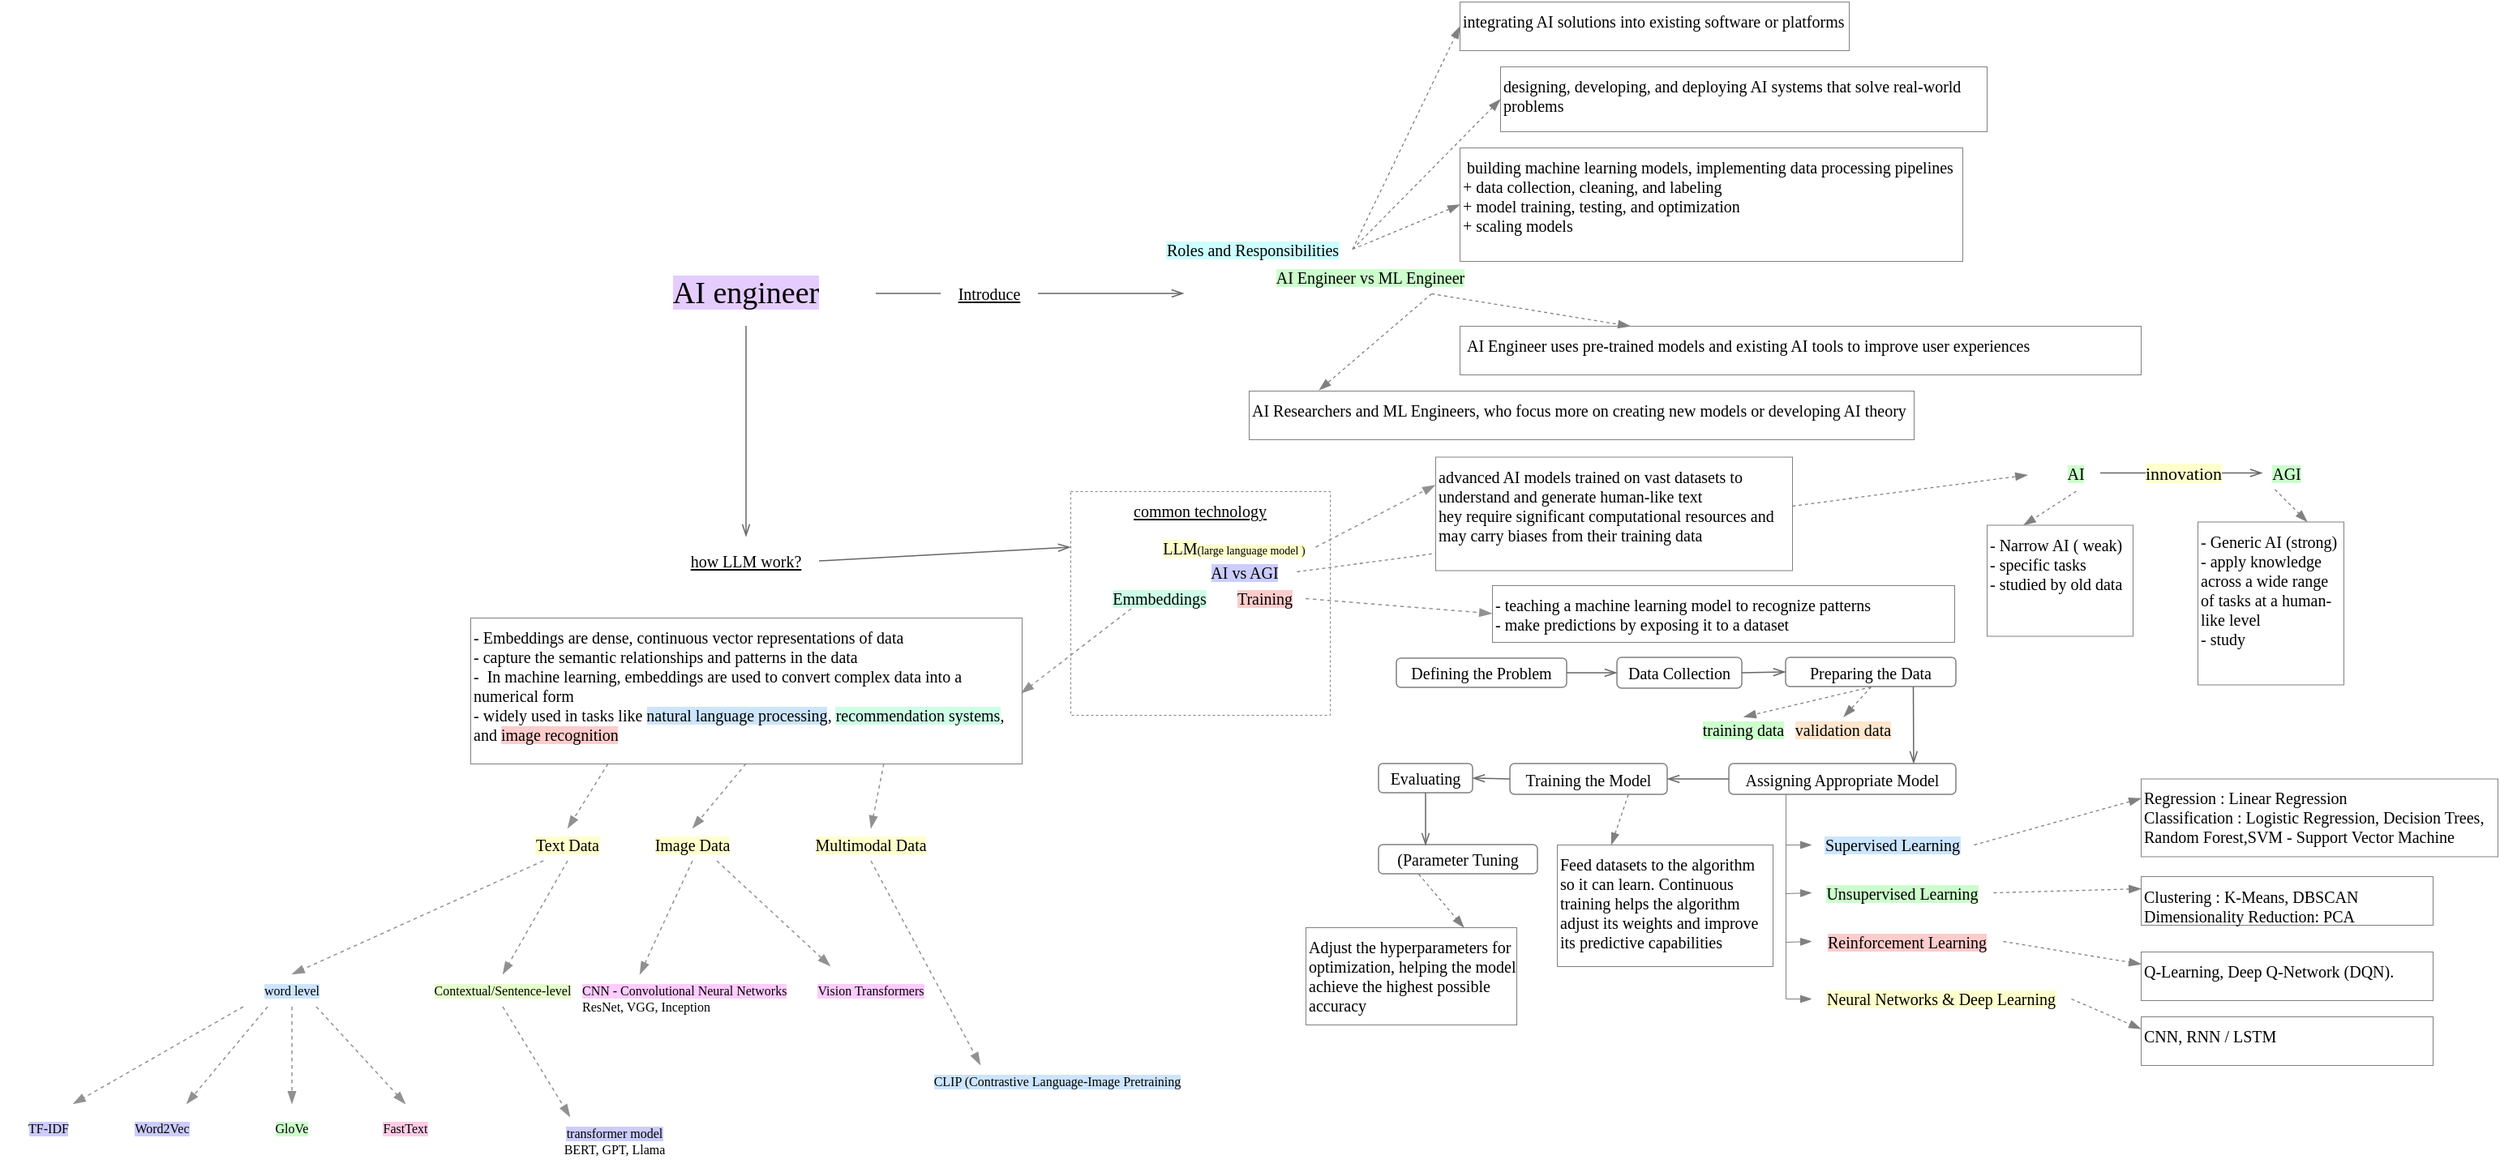
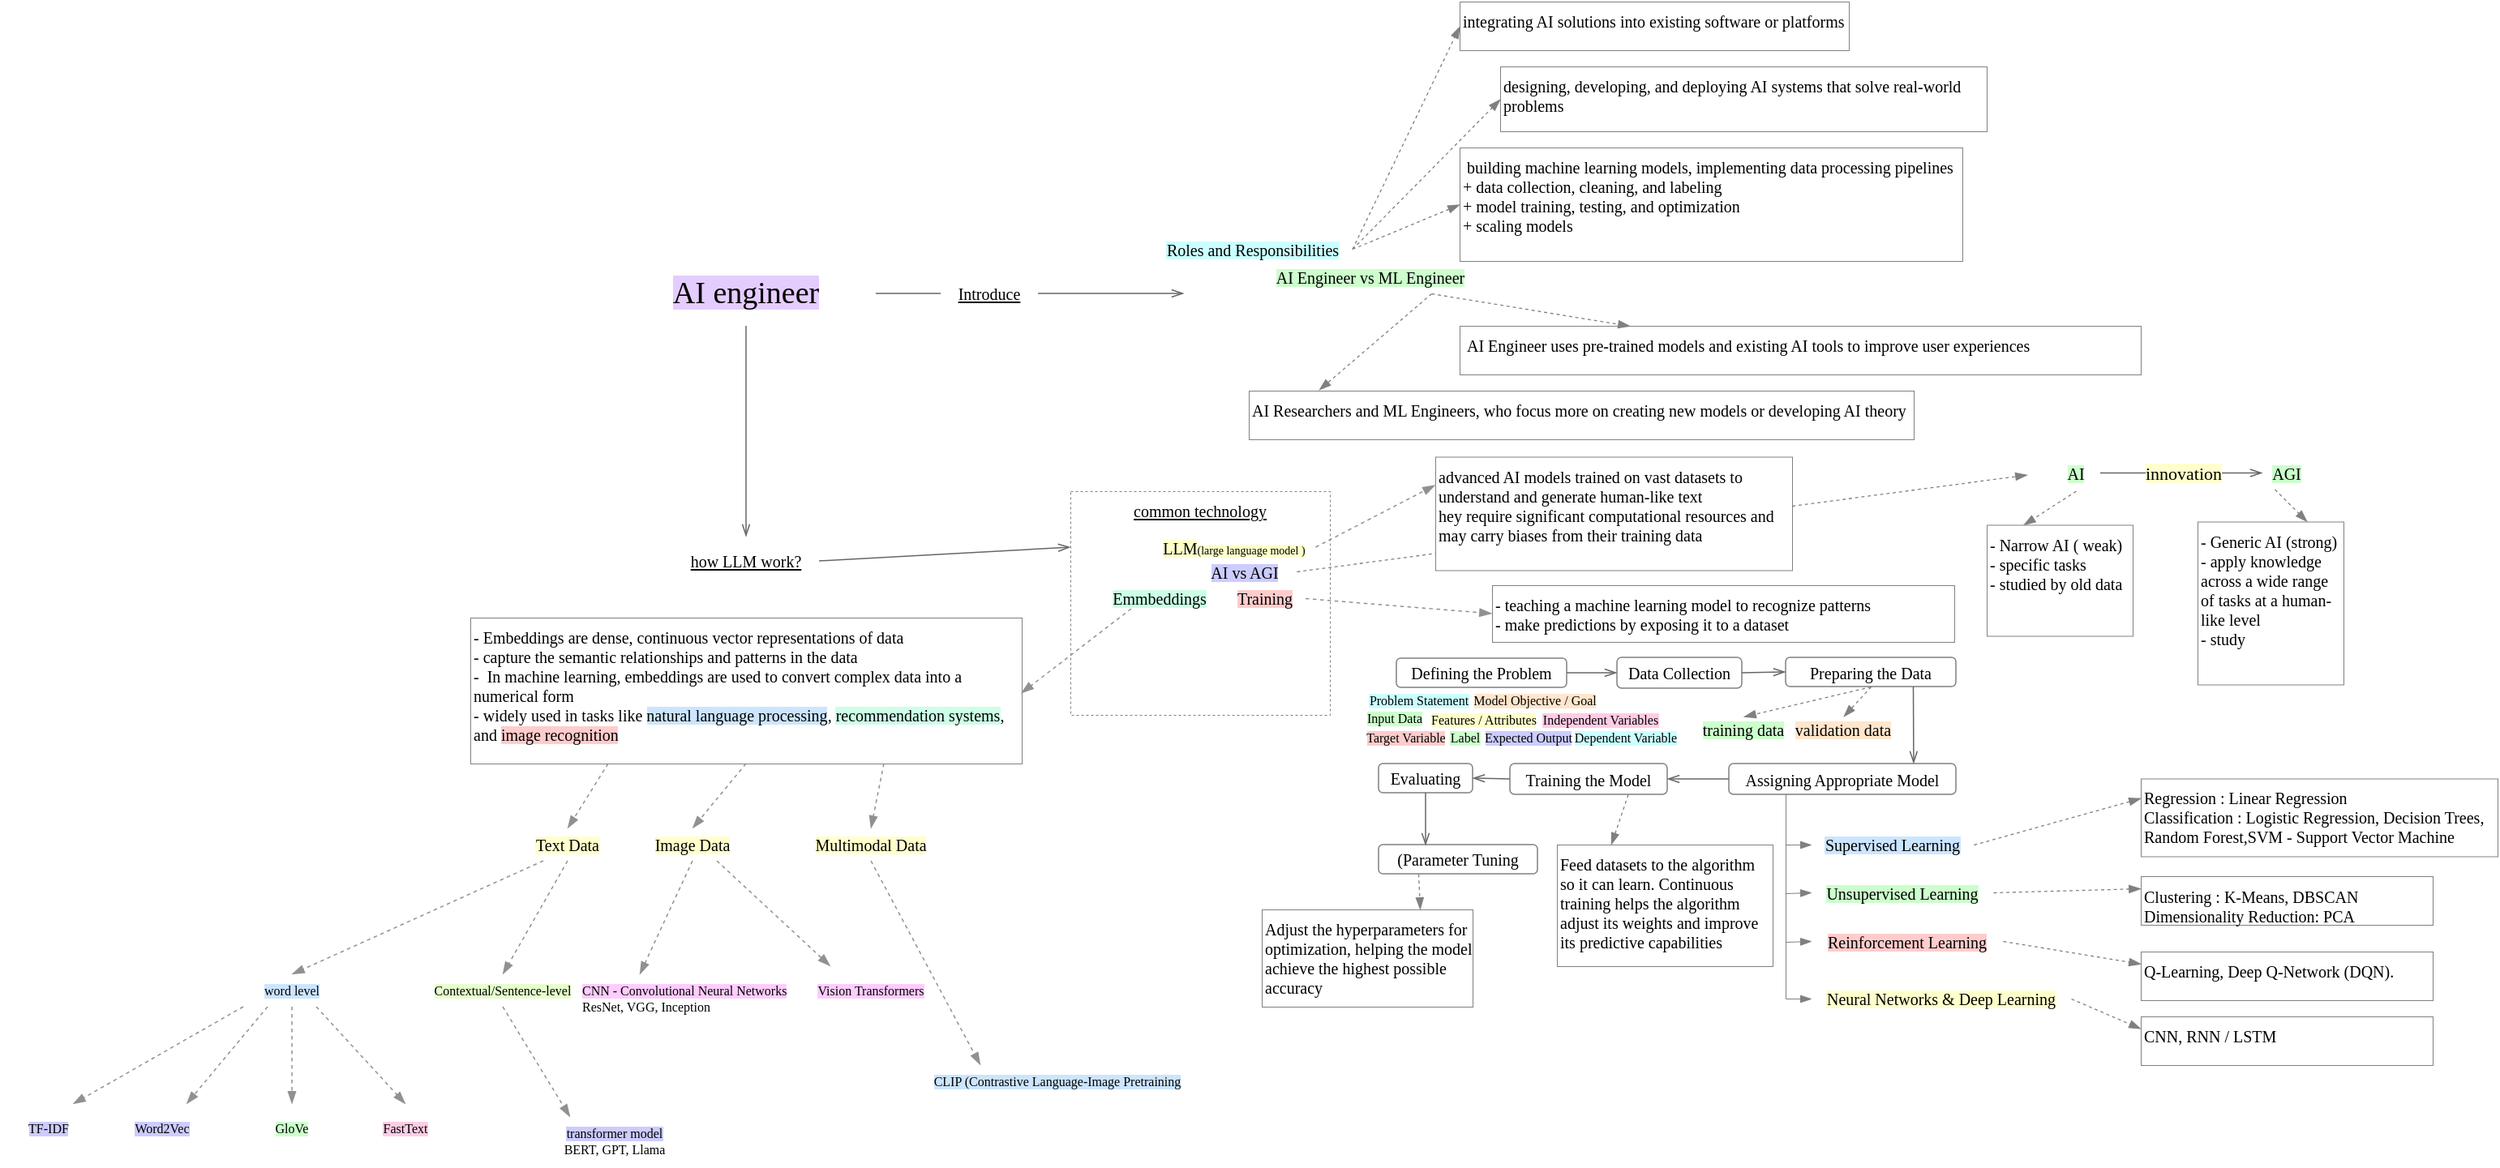
<mxfile host="app.diagrams.net" agent="Mozilla/5.0 (Macintosh; Intel Mac OS X 10_15_7) AppleWebKit/537.36 (KHTML, like Gecko) draw.io/29.3.0 Chrome/140.0.7339.249 Electron/38.7.2 Safari/537.36">
  <diagram name="Page-1" id="n3nyEJ4kgbD7jWuKOy95">
-     <mxGraphModel dx="1353" dy="631" grid="1" gridSize="10" guides="1" tooltips="1" connect="1" arrows="1" fold="1" page="1" pageScale="1" pageWidth="827" pageHeight="1169" math="0" shadow="0">
+     <mxGraphModel dx="440" dy="205" grid="1" gridSize="10" guides="1" tooltips="1" connect="1" arrows="1" fold="1" page="1" pageScale="1" pageWidth="827" pageHeight="1169" math="0" shadow="0">
      <root>
        <mxCell id="0" />
        <mxCell id="1" parent="0" />
        <mxCell id="48Jv2C9wjBzbgeSbcpPr-1" parent="1" style="text;html=1;whiteSpace=wrap;strokeColor=none;fillColor=none;align=center;verticalAlign=middle;rounded=0;fontFamily=Comic Sans MS;fontSize=19;" value="&lt;span style=&quot;background-color: rgb(229, 204, 255);&quot;&gt;AI engineer&lt;/span&gt;" vertex="1">
          <mxGeometry height="40" width="160" x="400" y="360" as="geometry" />
        </mxCell>
        <mxCell id="48Jv2C9wjBzbgeSbcpPr-3" parent="1" style="text;html=1;whiteSpace=wrap;strokeColor=none;fillColor=none;align=center;verticalAlign=middle;rounded=0;fontFamily=Comic Sans MS;fontSize=10;fontStyle=4" value="how LLM work?" vertex="1">
          <mxGeometry height="30" width="90" x="435" y="530" as="geometry" />
        </mxCell>
        <mxCell id="48Jv2C9wjBzbgeSbcpPr-6" edge="1" parent="1" source="48Jv2C9wjBzbgeSbcpPr-1" style="endArrow=openThin;html=1;rounded=0;strokeWidth=0.75;endFill=0;strokeColor=#666666;exitX=0.5;exitY=1;exitDx=0;exitDy=0;entryX=0.5;entryY=0;entryDx=0;entryDy=0;fontFamily=Comic Sans MS;" target="48Jv2C9wjBzbgeSbcpPr-3" value="">
          <mxGeometry height="50" relative="1" width="50" as="geometry">
            <mxPoint x="390" y="450" as="sourcePoint" />
            <mxPoint x="440" y="400" as="targetPoint" />
          </mxGeometry>
        </mxCell>
        <mxCell id="48Jv2C9wjBzbgeSbcpPr-8" parent="1" style="text;html=1;whiteSpace=wrap;strokeColor=none;fillColor=none;align=center;verticalAlign=middle;rounded=0;fontFamily=Comic Sans MS;fontSize=10;fontStyle=4" value="Introduce" vertex="1">
          <mxGeometry height="30" width="60" x="600" y="365" as="geometry" />
        </mxCell>
        <mxCell id="48Jv2C9wjBzbgeSbcpPr-9" edge="1" parent="1" source="48Jv2C9wjBzbgeSbcpPr-1" style="endArrow=none;html=1;rounded=0;strokeWidth=0.75;endFill=0;strokeColor=#666666;entryX=0;entryY=0.5;entryDx=0;entryDy=0;exitX=1;exitY=0.5;exitDx=0;exitDy=0;fontFamily=Comic Sans MS;" target="48Jv2C9wjBzbgeSbcpPr-8" value="">
          <mxGeometry height="50" relative="1" width="50" as="geometry">
            <mxPoint x="390" y="450" as="sourcePoint" />
            <mxPoint x="440" y="400" as="targetPoint" />
          </mxGeometry>
        </mxCell>
        <mxCell id="48Jv2C9wjBzbgeSbcpPr-11" edge="1" parent="1" source="48Jv2C9wjBzbgeSbcpPr-8" style="endArrow=openThin;html=1;rounded=0;strokeWidth=0.75;endFill=0;strokeColor=#666666;exitX=1;exitY=0.5;exitDx=0;exitDy=0;fontFamily=Comic Sans MS;" value="">
          <mxGeometry height="50" relative="1" width="50" as="geometry">
            <mxPoint x="590" y="450" as="sourcePoint" />
            <mxPoint x="750" y="380" as="targetPoint" />
          </mxGeometry>
        </mxCell>
        <mxCell id="48Jv2C9wjBzbgeSbcpPr-13" parent="1" style="text;html=1;whiteSpace=wrap;strokeColor=none;fillColor=none;align=center;verticalAlign=middle;rounded=0;fontFamily=Comic Sans MS;fontSize=10;" value="&lt;div&gt;&lt;span style=&quot;background-color: rgb(204, 255, 255);&quot;&gt;Roles and Responsibilities&lt;/span&gt;&lt;/div&gt;" vertex="1">
          <mxGeometry height="15" width="122.5" x="731.25" y="345" as="geometry" />
        </mxCell>
        <mxCell id="48Jv2C9wjBzbgeSbcpPr-14" parent="1" style="rounded=0;whiteSpace=wrap;html=1;fontFamily=Comic Sans MS;strokeWidth=0.5;strokeColor=#808080;align=left;verticalAlign=top;fontSize=10;" value="designing, developing, and deploying AI systems that solve real-world problems" vertex="1">
          <mxGeometry height="40" width="300" x="945" y="240" as="geometry" />
        </mxCell>
        <mxCell id="48Jv2C9wjBzbgeSbcpPr-15" parent="1" style="rounded=0;whiteSpace=wrap;html=1;fontFamily=Comic Sans MS;strokeWidth=0.5;strokeColor=#808080;align=left;verticalAlign=top;fontSize=10;" value="&amp;nbsp;building machine learning models, implementing data processing pipelines&lt;div&gt;+&amp;nbsp;data collection, cleaning, and labeling&lt;/div&gt;&lt;div&gt;+&amp;nbsp;model training, testing, and optimization&lt;/div&gt;&lt;div&gt;+&amp;nbsp;scaling models&lt;/div&gt;" vertex="1">
          <mxGeometry height="70" width="310" x="920" y="290" as="geometry" />
        </mxCell>
        <mxCell id="48Jv2C9wjBzbgeSbcpPr-16" parent="1" style="rounded=0;whiteSpace=wrap;html=1;fontFamily=Comic Sans MS;strokeWidth=0.5;strokeColor=#808080;align=left;verticalAlign=top;fontSize=10;" value="integrating AI solutions into existing software or platforms" vertex="1">
          <mxGeometry height="30" width="240" x="920" y="200" as="geometry" />
        </mxCell>
        <mxCell id="48Jv2C9wjBzbgeSbcpPr-17" edge="1" parent="1" source="48Jv2C9wjBzbgeSbcpPr-13" style="endArrow=blockThin;html=1;rounded=0;strokeColor=#808080;endFill=1;strokeWidth=0.65;exitX=1;exitY=0.5;exitDx=0;exitDy=0;entryX=0;entryY=0.5;entryDx=0;entryDy=0;dashed=1;fontFamily=Comic Sans MS;" target="48Jv2C9wjBzbgeSbcpPr-15" value="">
          <mxGeometry height="50" relative="1" width="50" as="geometry">
            <mxPoint x="945" y="330" as="sourcePoint" />
            <mxPoint x="920" y="290" as="targetPoint" />
          </mxGeometry>
        </mxCell>
        <mxCell id="48Jv2C9wjBzbgeSbcpPr-18" edge="1" parent="1" source="48Jv2C9wjBzbgeSbcpPr-13" style="endArrow=blockThin;html=1;rounded=0;strokeColor=#808080;endFill=1;strokeWidth=0.65;exitX=1;exitY=0.5;exitDx=0;exitDy=0;entryX=0;entryY=0.5;entryDx=0;entryDy=0;dashed=1;fontFamily=Comic Sans MS;" target="48Jv2C9wjBzbgeSbcpPr-14" value="">
          <mxGeometry height="50" relative="1" width="50" as="geometry">
            <mxPoint x="945" y="330" as="sourcePoint" />
            <mxPoint x="920" y="290" as="targetPoint" />
          </mxGeometry>
        </mxCell>
        <mxCell id="48Jv2C9wjBzbgeSbcpPr-19" edge="1" parent="1" source="48Jv2C9wjBzbgeSbcpPr-13" style="endArrow=blockThin;html=1;rounded=0;strokeColor=#808080;endFill=1;strokeWidth=0.65;exitX=1;exitY=0.5;exitDx=0;exitDy=0;entryX=0;entryY=0.5;entryDx=0;entryDy=0;dashed=1;fontFamily=Comic Sans MS;" target="48Jv2C9wjBzbgeSbcpPr-16" value="">
          <mxGeometry height="50" relative="1" width="50" as="geometry">
            <mxPoint x="945" y="330" as="sourcePoint" />
            <mxPoint x="920" y="290" as="targetPoint" />
          </mxGeometry>
        </mxCell>
        <mxCell id="48Jv2C9wjBzbgeSbcpPr-20" parent="1" style="text;html=1;whiteSpace=wrap;strokeColor=none;fillColor=none;align=center;verticalAlign=middle;rounded=0;fontFamily=Comic Sans MS;fontSize=10;" value="&lt;span style=&quot;background-color: rgb(204, 255, 204);&quot;&gt;AI Engineer vs ML Engineer&lt;/span&gt;" vertex="1">
          <mxGeometry height="20" width="150" x="790" y="360" as="geometry" />
        </mxCell>
        <mxCell id="48Jv2C9wjBzbgeSbcpPr-21" parent="1" style="rounded=0;whiteSpace=wrap;html=1;fontFamily=Comic Sans MS;strokeWidth=0.5;strokeColor=#808080;align=left;verticalAlign=top;fontSize=10;" value="&amp;nbsp;AI Engineer uses pre-trained models and existing AI tools to improve user experiences" vertex="1">
          <mxGeometry height="30" width="420" x="920" y="400" as="geometry" />
        </mxCell>
        <mxCell id="48Jv2C9wjBzbgeSbcpPr-22" parent="1" style="rounded=0;whiteSpace=wrap;html=1;fontFamily=Comic Sans MS;strokeWidth=0.5;strokeColor=#808080;align=left;verticalAlign=top;fontSize=10;" value="AI Researchers and ML Engineers, who focus more on creating new models or developing AI theory" vertex="1">
          <mxGeometry height="30" width="410" x="790" y="440" as="geometry" />
        </mxCell>
        <mxCell id="48Jv2C9wjBzbgeSbcpPr-23" edge="1" parent="1" source="48Jv2C9wjBzbgeSbcpPr-20" style="endArrow=blockThin;html=1;rounded=0;strokeColor=#808080;endFill=1;strokeWidth=0.65;exitX=0.75;exitY=1;exitDx=0;exitDy=0;entryX=0.25;entryY=0;entryDx=0;entryDy=0;dashed=1;fontFamily=Comic Sans MS;" target="48Jv2C9wjBzbgeSbcpPr-21" value="">
          <mxGeometry height="50" relative="1" width="50" as="geometry">
            <mxPoint x="705" y="330" as="sourcePoint" />
            <mxPoint x="680" y="290" as="targetPoint" />
          </mxGeometry>
        </mxCell>
        <mxCell id="48Jv2C9wjBzbgeSbcpPr-24" edge="1" parent="1" source="48Jv2C9wjBzbgeSbcpPr-20" style="endArrow=blockThin;html=1;rounded=0;strokeColor=#808080;endFill=1;strokeWidth=0.65;exitX=0.75;exitY=1;exitDx=0;exitDy=0;entryX=0.105;entryY=-0.017;entryDx=0;entryDy=0;dashed=1;entryPerimeter=0;fontFamily=Comic Sans MS;" target="48Jv2C9wjBzbgeSbcpPr-22" value="">
          <mxGeometry height="50" relative="1" width="50" as="geometry">
            <mxPoint x="705" y="330" as="sourcePoint" />
            <mxPoint x="680" y="290" as="targetPoint" />
          </mxGeometry>
        </mxCell>
        <mxCell id="48Jv2C9wjBzbgeSbcpPr-25" parent="1" style="rounded=0;whiteSpace=wrap;html=1;fontFamily=Comic Sans MS;strokeWidth=0.5;strokeColor=#808080;align=center;verticalAlign=top;fontSize=10;dashed=1;" value="&lt;u&gt;common technology&lt;/u&gt;&lt;div&gt;&lt;br&gt;&lt;/div&gt;" vertex="1">
          <mxGeometry height="138" width="160" x="680" y="502" as="geometry" />
        </mxCell>
        <mxCell id="48Jv2C9wjBzbgeSbcpPr-27" parent="1" style="text;html=1;whiteSpace=wrap;strokeColor=none;fillColor=none;align=center;verticalAlign=middle;rounded=0;fontFamily=Comic Sans MS;fontSize=10;" value="&lt;span&gt;&lt;span style=&quot;background-color: light-dark(rgb(204, 204, 255), rgb(0, 43, 0));&quot;&gt;AI vs AGI&lt;/span&gt;&lt;br&gt;&lt;/span&gt;" vertex="1">
          <mxGeometry height="10" width="65" x="754.5" y="546.5" as="geometry" />
        </mxCell>
        <mxCell id="48Jv2C9wjBzbgeSbcpPr-28" edge="1" parent="1" source="48Jv2C9wjBzbgeSbcpPr-3" style="endArrow=openThin;html=1;rounded=0;strokeWidth=0.75;endFill=0;strokeColor=#666666;exitX=1;exitY=0.5;exitDx=0;exitDy=0;entryX=0;entryY=0.25;entryDx=0;entryDy=0;fontFamily=Comic Sans MS;" target="48Jv2C9wjBzbgeSbcpPr-25" value="">
          <mxGeometry height="50" relative="1" width="50" as="geometry">
            <mxPoint x="670" y="630" as="sourcePoint" />
            <mxPoint x="720" y="580" as="targetPoint" />
          </mxGeometry>
        </mxCell>
        <mxCell id="48Jv2C9wjBzbgeSbcpPr-31" edge="1" parent="1" source="48Jv2C9wjBzbgeSbcpPr-27" style="endArrow=blockThin;html=1;rounded=0;strokeColor=#808080;endFill=1;strokeWidth=0.65;exitX=1;exitY=0.5;exitDx=0;exitDy=0;dashed=1;fontFamily=Comic Sans MS;entryX=0;entryY=0.5;entryDx=0;entryDy=0;" value="">
          <mxGeometry height="50" relative="1" width="50" as="geometry">
            <mxPoint x="810" y="536" as="sourcePoint" />
            <mxPoint x="1270" y="491.7500000000001" as="targetPoint" />
          </mxGeometry>
        </mxCell>
        <mxCell id="48Jv2C9wjBzbgeSbcpPr-32" parent="1" style="text;html=1;whiteSpace=wrap;strokeColor=none;fillColor=none;align=center;verticalAlign=middle;rounded=0;fontFamily=Comic Sans MS;fontSize=10;" value="&lt;span style=&quot;background-color: rgb(204, 255, 204);&quot;&gt;&lt;span style=&quot;background-color: light-dark(rgb(204, 255, 204), rgb(0, 43, 0));&quot;&gt;AI&lt;/span&gt;&lt;br&gt;&lt;/span&gt;" vertex="1">
          <mxGeometry height="22" width="30" x="1285" y="479.75" as="geometry" />
        </mxCell>
        <mxCell id="48Jv2C9wjBzbgeSbcpPr-34" parent="1" style="text;html=1;whiteSpace=wrap;strokeColor=none;fillColor=none;align=center;verticalAlign=middle;rounded=0;fontFamily=Comic Sans MS;fontSize=10;" value="&lt;span style=&quot;background-color: rgb(204, 255, 204);&quot;&gt;AGI&lt;/span&gt;" vertex="1">
          <mxGeometry height="20" width="30" x="1415" y="480.75" as="geometry" />
        </mxCell>
        <mxCell id="48Jv2C9wjBzbgeSbcpPr-35" edge="1" parent="1" source="48Jv2C9wjBzbgeSbcpPr-32" style="endArrow=openThin;html=1;rounded=0;strokeWidth=0.75;endFill=0;strokeColor=#666666;exitX=1;exitY=0.5;exitDx=0;exitDy=0;fontFamily=Comic Sans MS;" target="48Jv2C9wjBzbgeSbcpPr-34" value="">
          <mxGeometry height="50" relative="1" width="50" as="geometry">
            <mxPoint x="1325" y="612.75" as="sourcePoint" />
            <mxPoint x="1375" y="562.75" as="targetPoint" />
          </mxGeometry>
        </mxCell>
        <mxCell id="48Jv2C9wjBzbgeSbcpPr-36" connectable="0" parent="48Jv2C9wjBzbgeSbcpPr-35" style="edgeLabel;html=1;align=center;verticalAlign=middle;resizable=0;points=[];fontFamily=Comic Sans MS;" value="&lt;span style=&quot;background-color: rgb(255, 255, 204);&quot;&gt;innovation&lt;/span&gt;" vertex="1">
          <mxGeometry relative="1" x="-0.312" as="geometry">
            <mxPoint x="16" as="offset" />
          </mxGeometry>
        </mxCell>
        <mxCell id="48Jv2C9wjBzbgeSbcpPr-37" parent="1" style="rounded=0;whiteSpace=wrap;html=1;fontFamily=Comic Sans MS;strokeWidth=0.5;strokeColor=#808080;align=left;verticalAlign=top;fontSize=10;" value="- Narrow AI ( weak)&lt;div&gt;-&amp;nbsp;specific tasks&lt;/div&gt;&lt;div&gt;- studied by old data&lt;/div&gt;" vertex="1">
          <mxGeometry height="68.5" width="90" x="1245" y="522.75" as="geometry" />
        </mxCell>
        <mxCell id="48Jv2C9wjBzbgeSbcpPr-38" parent="1" style="rounded=0;whiteSpace=wrap;html=1;fontFamily=Comic Sans MS;strokeWidth=0.5;strokeColor=#808080;align=left;verticalAlign=top;fontSize=10;" value="- Generic AI (strong)&lt;div&gt;-&amp;nbsp;apply knowledge across a wide range of tasks at a human-like level&lt;/div&gt;&lt;div&gt;- study&amp;nbsp;&lt;/div&gt;" vertex="1">
          <mxGeometry height="100.5" width="90" x="1375" y="520.75" as="geometry" />
        </mxCell>
        <mxCell id="48Jv2C9wjBzbgeSbcpPr-39" edge="1" parent="1" source="48Jv2C9wjBzbgeSbcpPr-34" style="endArrow=blockThin;html=1;rounded=0;strokeColor=#808080;endFill=1;strokeWidth=0.65;exitX=0.25;exitY=1;exitDx=0;exitDy=0;entryX=0.75;entryY=0;entryDx=0;entryDy=0;dashed=1;" target="48Jv2C9wjBzbgeSbcpPr-38" value="">
          <mxGeometry height="50" relative="1" width="50" as="geometry">
            <mxPoint x="1390" y="580.75" as="sourcePoint" />
            <mxPoint x="1365" y="540.75" as="targetPoint" />
          </mxGeometry>
        </mxCell>
        <mxCell id="48Jv2C9wjBzbgeSbcpPr-41" edge="1" parent="1" source="48Jv2C9wjBzbgeSbcpPr-32" style="endArrow=blockThin;html=1;rounded=0;strokeColor=#808080;endFill=1;strokeWidth=0.65;exitX=0.5;exitY=1;exitDx=0;exitDy=0;entryX=0.25;entryY=0;entryDx=0;entryDy=0;dashed=1;" target="48Jv2C9wjBzbgeSbcpPr-37" value="">
          <mxGeometry height="50" relative="1" width="50" as="geometry">
            <mxPoint x="1390" y="582.75" as="sourcePoint" />
            <mxPoint x="1365" y="542.75" as="targetPoint" />
          </mxGeometry>
        </mxCell>
        <mxCell id="4Kx2ZGOmUHy-jwn0eLsE-1" parent="1" style="text;html=1;whiteSpace=wrap;strokeColor=none;fillColor=none;align=center;verticalAlign=middle;rounded=0;" value="&lt;font face=&quot;Comic Sans MS&quot; style=&quot;background-color: rgb(255, 255, 204); font-size: 10px;&quot;&gt;LLM&lt;/font&gt;&lt;span style=&quot;background-color: rgb(255, 255, 204); font-size: 7px; font-family: &amp;quot;Comic Sans MS&amp;quot;; color: light-dark(rgb(0, 0, 0), rgb(255, 255, 255));&quot;&gt;(large language model )&lt;/span&gt;" vertex="1">
          <mxGeometry height="20" width="100" x="731.25" y="526.5" as="geometry" />
        </mxCell>
        <mxCell id="4Kx2ZGOmUHy-jwn0eLsE-2" parent="1" style="rounded=0;whiteSpace=wrap;html=1;align=left;verticalAlign=top;fontFamily=Comic Sans MS;strokeWidth=0.5;fontSize=10;strokeColor=#808080;" value="&lt;div&gt;&lt;div&gt;&lt;span style=&quot;background-color: transparent;&quot;&gt;advanced AI models trained on vast datasets to understand and generate human-like text&lt;/span&gt;&lt;/div&gt;&lt;/div&gt;&lt;div&gt;&lt;span style=&quot;background-color: transparent;&quot;&gt;hey require significant computational resources and may carry biases from their training data&lt;/span&gt;&lt;/div&gt;" vertex="1">
          <mxGeometry height="70" width="220" x="905" y="480.75" as="geometry" />
        </mxCell>
        <mxCell id="4Kx2ZGOmUHy-jwn0eLsE-3" edge="1" parent="1" source="4Kx2ZGOmUHy-jwn0eLsE-1" style="endArrow=blockThin;html=1;rounded=0;endFill=1;strokeColor=light-dark(#929090, #ededed);strokeWidth=0.75;dashed=1;exitX=1;exitY=0.5;exitDx=0;exitDy=0;entryX=0;entryY=0.25;entryDx=0;entryDy=0;" target="4Kx2ZGOmUHy-jwn0eLsE-2" value="">
          <mxGeometry height="50" relative="1" width="50" as="geometry">
            <mxPoint x="710" y="550" as="sourcePoint" />
            <mxPoint x="760" y="500" as="targetPoint" />
          </mxGeometry>
        </mxCell>
        <mxCell id="4Kx2ZGOmUHy-jwn0eLsE-4" parent="1" style="text;html=1;whiteSpace=wrap;strokeColor=none;fillColor=none;align=center;verticalAlign=middle;rounded=0;fontFamily=Comic Sans MS;fontSize=10;" value="&lt;span&gt;&lt;span style=&quot;background-color: light-dark(rgb(204, 255, 230), rgb(0, 43, 0));&quot;&gt;Emmbeddings&lt;/span&gt;&lt;br&gt;&lt;/span&gt;" vertex="1">
          <mxGeometry height="14" width="70" x="700" y="560.5" as="geometry" />
        </mxCell>
        <mxCell id="4Kx2ZGOmUHy-jwn0eLsE-5" parent="1" style="rounded=0;whiteSpace=wrap;html=1;align=left;verticalAlign=top;fontFamily=Comic Sans MS;strokeWidth=0.5;fontSize=10;strokeColor=#808080;" value="&lt;div&gt;&lt;div&gt;&lt;span style=&quot;background-color: transparent;&quot;&gt;- Embeddings are dense, continuous vector representations of data&lt;/span&gt;&lt;/div&gt;&lt;/div&gt;&lt;div&gt;&lt;span style=&quot;background-color: transparent;&quot;&gt;-&amp;nbsp;&lt;/span&gt;&lt;span style=&quot;background-color: transparent;&quot;&gt;capture the semantic relationships and patterns in the data&lt;/span&gt;&lt;/div&gt;&lt;div&gt;&lt;span style=&quot;background-color: transparent;&quot;&gt;-&amp;nbsp;&lt;/span&gt;&lt;span style=&quot;background-color: transparent;&quot;&gt;&amp;nbsp;In machine learning, embeddings are used to convert complex data into a numerical form&lt;/span&gt;&lt;/div&gt;&lt;div&gt;&lt;span style=&quot;background-color: transparent;&quot;&gt;-&amp;nbsp;&lt;/span&gt;&lt;span style=&quot;background-color: transparent;&quot;&gt;widely used in tasks like &lt;/span&gt;&lt;span style=&quot;background-color: rgb(204, 229, 255);&quot;&gt;natural language processing&lt;/span&gt;&lt;span style=&quot;background-color: transparent;&quot;&gt;, &lt;/span&gt;&lt;span style=&quot;background-color: rgb(204, 255, 230);&quot;&gt;recommendation systems&lt;/span&gt;&lt;span style=&quot;background-color: transparent;&quot;&gt;, and &lt;/span&gt;&lt;span style=&quot;background-color: rgb(255, 204, 204);&quot;&gt;image recognition&lt;/span&gt;&lt;/div&gt;" vertex="1">
          <mxGeometry height="90" width="340" x="310" y="580" as="geometry" />
        </mxCell>
        <mxCell id="4Kx2ZGOmUHy-jwn0eLsE-6" parent="1" style="text;html=1;whiteSpace=wrap;strokeColor=none;fillColor=none;align=center;verticalAlign=middle;rounded=0;fontSize=10;" value="&lt;font face=&quot;Comic Sans MS&quot; style=&quot;background-color: rgb(255, 204, 204);&quot;&gt;Training&lt;/font&gt;" vertex="1">
          <mxGeometry height="13.5" width="50" x="775" y="561.5" as="geometry" />
        </mxCell>
        <mxCell id="4Kx2ZGOmUHy-jwn0eLsE-7" edge="1" parent="1" source="4Kx2ZGOmUHy-jwn0eLsE-4" style="endArrow=blockThin;html=1;rounded=0;endFill=1;strokeColor=light-dark(#929090, #ededed);strokeWidth=0.75;dashed=1;exitX=0.25;exitY=1;exitDx=0;exitDy=0;entryX=0.999;entryY=0.518;entryDx=0;entryDy=0;entryPerimeter=0;" target="4Kx2ZGOmUHy-jwn0eLsE-5" value="">
          <mxGeometry height="50" relative="1" width="50" as="geometry">
            <mxPoint x="620" y="640" as="sourcePoint" />
            <mxPoint x="670" y="590" as="targetPoint" />
          </mxGeometry>
        </mxCell>
        <mxCell id="4Kx2ZGOmUHy-jwn0eLsE-8" parent="1" style="rounded=0;whiteSpace=wrap;html=1;align=left;verticalAlign=top;fontFamily=Comic Sans MS;strokeWidth=0.5;fontSize=10;strokeColor=#808080;" value="&lt;div&gt;&lt;span style=&quot;background-color: transparent; color: light-dark(rgb(0, 0, 0), rgb(255, 255, 255));&quot;&gt;-&amp;nbsp;teaching a machine learning model to recognize patterns&lt;/span&gt;&lt;/div&gt;&lt;div&gt;-&amp;nbsp;make predictions by exposing it to a dataset&lt;/div&gt;" vertex="1">
          <mxGeometry height="35" width="285" x="940" y="560" as="geometry" />
        </mxCell>
        <mxCell id="4Kx2ZGOmUHy-jwn0eLsE-10" edge="1" parent="1" source="4Kx2ZGOmUHy-jwn0eLsE-6" style="endArrow=blockThin;html=1;rounded=0;endFill=1;strokeColor=light-dark(#929090, #ededed);strokeWidth=0.75;dashed=1;exitX=1;exitY=0.5;exitDx=0;exitDy=0;entryX=0;entryY=0.5;entryDx=0;entryDy=0;" target="4Kx2ZGOmUHy-jwn0eLsE-8" value="">
          <mxGeometry height="50" relative="1" width="50" as="geometry">
            <mxPoint x="950" y="590" as="sourcePoint" />
            <mxPoint x="1000" y="540" as="targetPoint" />
          </mxGeometry>
        </mxCell>
        <mxCell id="4Kx2ZGOmUHy-jwn0eLsE-11" parent="1" style="text;html=1;whiteSpace=wrap;strokeColor=none;fillColor=none;align=center;verticalAlign=middle;rounded=0;fontSize=10;" value="&lt;font face=&quot;Comic Sans MS&quot; style=&quot;background-color: rgb(255, 255, 204);&quot;&gt;Text Data&lt;/font&gt;" vertex="1">
          <mxGeometry height="20" width="60" x="340" y="710" as="geometry" />
        </mxCell>
        <mxCell id="4Kx2ZGOmUHy-jwn0eLsE-12" parent="1" style="text;html=1;whiteSpace=wrap;strokeColor=none;fillColor=none;align=center;verticalAlign=middle;rounded=0;fontSize=10;" value="&lt;font face=&quot;Comic Sans MS&quot; style=&quot;background-color: rgb(255, 255, 204);&quot;&gt;Image Data&lt;/font&gt;" vertex="1">
          <mxGeometry height="20" width="60" x="417" y="710" as="geometry" />
        </mxCell>
        <mxCell id="4Kx2ZGOmUHy-jwn0eLsE-13" parent="1" style="text;html=1;whiteSpace=wrap;strokeColor=none;fillColor=none;align=center;verticalAlign=middle;rounded=0;fontSize=10;" value="&lt;font face=&quot;Comic Sans MS&quot; style=&quot;background-color: rgb(255, 255, 204);&quot;&gt;Multimodal&amp;nbsp;Data&lt;/font&gt;" vertex="1">
          <mxGeometry height="20" width="60" x="527" y="710" as="geometry" />
        </mxCell>
        <mxCell id="4Kx2ZGOmUHy-jwn0eLsE-14" edge="1" parent="1" source="4Kx2ZGOmUHy-jwn0eLsE-5" style="endArrow=blockThin;html=1;rounded=0;endFill=1;strokeColor=light-dark(#929090, #ededed);strokeWidth=0.75;dashed=1;entryX=0.5;entryY=0;entryDx=0;entryDy=0;exitX=0.75;exitY=1;exitDx=0;exitDy=0;" target="4Kx2ZGOmUHy-jwn0eLsE-13" value="">
          <mxGeometry height="50" relative="1" width="50" as="geometry">
            <mxPoint x="410" y="700" as="sourcePoint" />
            <mxPoint x="460" y="650" as="targetPoint" />
          </mxGeometry>
        </mxCell>
        <mxCell id="4Kx2ZGOmUHy-jwn0eLsE-15" edge="1" parent="1" source="4Kx2ZGOmUHy-jwn0eLsE-5" style="endArrow=blockThin;html=1;rounded=0;endFill=1;strokeColor=light-dark(#929090, #ededed);strokeWidth=0.75;dashed=1;entryX=0.5;entryY=0;entryDx=0;entryDy=0;exitX=0.5;exitY=1;exitDx=0;exitDy=0;" target="4Kx2ZGOmUHy-jwn0eLsE-12" value="">
          <mxGeometry height="50" relative="1" width="50" as="geometry">
            <mxPoint x="410" y="700" as="sourcePoint" />
            <mxPoint x="460" y="650" as="targetPoint" />
          </mxGeometry>
        </mxCell>
        <mxCell id="4Kx2ZGOmUHy-jwn0eLsE-16" edge="1" parent="1" source="4Kx2ZGOmUHy-jwn0eLsE-5" style="endArrow=blockThin;html=1;rounded=0;endFill=1;strokeColor=light-dark(#929090, #ededed);strokeWidth=0.75;dashed=1;entryX=0.5;entryY=0;entryDx=0;entryDy=0;exitX=0.25;exitY=1;exitDx=0;exitDy=0;" target="4Kx2ZGOmUHy-jwn0eLsE-11" value="">
          <mxGeometry height="50" relative="1" width="50" as="geometry">
            <mxPoint x="410" y="700" as="sourcePoint" />
            <mxPoint x="460" y="650" as="targetPoint" />
          </mxGeometry>
        </mxCell>
        <mxCell id="4Kx2ZGOmUHy-jwn0eLsE-17" parent="1" style="text;html=1;whiteSpace=wrap;strokeColor=none;fillColor=none;align=center;verticalAlign=middle;rounded=0;fontSize=8;" value="&lt;font face=&quot;Comic Sans MS&quot; style=&quot;background-color: rgb(204, 229, 255);&quot;&gt;word level&lt;/font&gt;" vertex="1">
          <mxGeometry height="20" width="60" x="170" y="800" as="geometry" />
        </mxCell>
        <mxCell id="4Kx2ZGOmUHy-jwn0eLsE-18" parent="1" style="text;html=1;whiteSpace=wrap;strokeColor=none;fillColor=none;align=center;verticalAlign=middle;rounded=0;fontSize=8;fontStyle=0" value="&lt;font face=&quot;Comic Sans MS&quot; style=&quot;background-color: rgb(204, 204, 255);&quot;&gt;Word2Vec&lt;/font&gt;" vertex="1">
          <mxGeometry height="30" width="60" x="90" y="879.9999999999995" as="geometry" />
        </mxCell>
        <mxCell id="4Kx2ZGOmUHy-jwn0eLsE-19" parent="1" style="text;html=1;whiteSpace=wrap;strokeColor=none;fillColor=none;align=center;verticalAlign=middle;rounded=0;fontSize=8;fontStyle=0" value="&lt;font face=&quot;Comic Sans MS&quot; style=&quot;background-color: rgb(204, 255, 204);&quot;&gt;GloVe&lt;/font&gt;" vertex="1">
          <mxGeometry height="30" width="60" x="170" y="879.9999999999995" as="geometry" />
        </mxCell>
        <mxCell id="4Kx2ZGOmUHy-jwn0eLsE-20" parent="1" style="text;html=1;whiteSpace=wrap;strokeColor=none;fillColor=none;align=center;verticalAlign=middle;rounded=0;fontSize=8;fontStyle=0" value="&lt;font face=&quot;Comic Sans MS&quot; style=&quot;background-color: rgb(255, 204, 230);&quot;&gt;FastText&lt;/font&gt;" vertex="1">
          <mxGeometry height="30" width="60" x="240" y="879.9999999999995" as="geometry" />
        </mxCell>
        <mxCell id="4Kx2ZGOmUHy-jwn0eLsE-21" edge="1" parent="1" source="4Kx2ZGOmUHy-jwn0eLsE-17" style="endArrow=blockThin;html=1;rounded=0;endFill=1;strokeColor=light-dark(#929090, #ededed);strokeWidth=0.75;dashed=1;exitX=0.75;exitY=1;exitDx=0;exitDy=0;entryX=0.5;entryY=0;entryDx=0;entryDy=0;fontSize=8;" target="4Kx2ZGOmUHy-jwn0eLsE-20" value="">
          <mxGeometry height="50" relative="1" width="50" as="geometry">
            <mxPoint x="270" y="840" as="sourcePoint" />
            <mxPoint x="320" y="790" as="targetPoint" />
          </mxGeometry>
        </mxCell>
        <mxCell id="4Kx2ZGOmUHy-jwn0eLsE-22" edge="1" parent="1" source="4Kx2ZGOmUHy-jwn0eLsE-17" style="endArrow=blockThin;html=1;rounded=0;endFill=1;strokeColor=light-dark(#929090, #ededed);strokeWidth=0.75;dashed=1;exitX=0.5;exitY=1;exitDx=0;exitDy=0;fontSize=8;" target="4Kx2ZGOmUHy-jwn0eLsE-19" value="">
          <mxGeometry height="50" relative="1" width="50" as="geometry">
            <mxPoint x="240" y="840" as="sourcePoint" />
            <mxPoint x="295" y="900" as="targetPoint" />
          </mxGeometry>
        </mxCell>
        <mxCell id="4Kx2ZGOmUHy-jwn0eLsE-23" edge="1" parent="1" source="4Kx2ZGOmUHy-jwn0eLsE-17" style="endArrow=blockThin;html=1;rounded=0;endFill=1;strokeColor=light-dark(#929090, #ededed);strokeWidth=0.75;dashed=1;exitX=0.25;exitY=1;exitDx=0;exitDy=0;entryX=0.75;entryY=0;entryDx=0;entryDy=0;fontSize=8;" target="4Kx2ZGOmUHy-jwn0eLsE-18" value="">
          <mxGeometry height="50" relative="1" width="50" as="geometry">
            <mxPoint x="190" y="830" as="sourcePoint" />
            <mxPoint x="190" y="890" as="targetPoint" />
          </mxGeometry>
        </mxCell>
        <mxCell id="4Kx2ZGOmUHy-jwn0eLsE-24" parent="1" style="text;html=1;whiteSpace=wrap;strokeColor=none;fillColor=none;align=center;verticalAlign=middle;rounded=0;fontSize=8;" value="&lt;font face=&quot;Comic Sans MS&quot; style=&quot;background-color: rgb(230, 255, 204);&quot;&gt;Contextual/Sentence-level&lt;/font&gt;" vertex="1">
          <mxGeometry height="20" width="140" x="260" y="800" as="geometry" />
        </mxCell>
        <mxCell id="4Kx2ZGOmUHy-jwn0eLsE-25" parent="1" style="text;html=1;whiteSpace=wrap;strokeColor=none;fillColor=none;align=center;verticalAlign=middle;rounded=0;fontSize=8;" value="&lt;font face=&quot;Comic Sans MS&quot;&gt;&lt;span style=&quot;background-color: rgb(204, 204, 255);&quot;&gt;transformer model&lt;/span&gt;&lt;br&gt;&lt;font&gt;BERT, GPT, Llama&lt;/font&gt;&lt;/font&gt;" vertex="1">
          <mxGeometry height="30" width="110" x="344" y="888" as="geometry" />
        </mxCell>
        <mxCell id="4Kx2ZGOmUHy-jwn0eLsE-26" edge="1" parent="1" source="4Kx2ZGOmUHy-jwn0eLsE-24" style="endArrow=blockThin;html=1;rounded=0;endFill=1;strokeColor=light-dark(#929090, #ededed);strokeWidth=0.75;dashed=1;entryX=0.25;entryY=0;entryDx=0;entryDy=0;exitX=0.5;exitY=1;exitDx=0;exitDy=0;fontSize=8;" target="4Kx2ZGOmUHy-jwn0eLsE-25" value="">
          <mxGeometry height="50" relative="1" width="50" as="geometry">
            <mxPoint x="360" y="890" as="sourcePoint" />
            <mxPoint x="410" y="840" as="targetPoint" />
          </mxGeometry>
        </mxCell>
        <mxCell id="4Kx2ZGOmUHy-jwn0eLsE-27" edge="1" parent="1" source="4Kx2ZGOmUHy-jwn0eLsE-11" style="endArrow=blockThin;html=1;rounded=0;endFill=1;strokeColor=light-dark(#929090, #ededed);strokeWidth=0.75;dashed=1;exitX=0.25;exitY=1;exitDx=0;exitDy=0;entryX=0.5;entryY=0;entryDx=0;entryDy=0;" target="4Kx2ZGOmUHy-jwn0eLsE-17" value="">
          <mxGeometry height="50" relative="1" width="50" as="geometry">
            <mxPoint x="330" y="900" as="sourcePoint" />
            <mxPoint x="380" y="850" as="targetPoint" />
          </mxGeometry>
        </mxCell>
        <mxCell id="4Kx2ZGOmUHy-jwn0eLsE-28" edge="1" parent="1" source="4Kx2ZGOmUHy-jwn0eLsE-11" style="endArrow=blockThin;html=1;rounded=0;endFill=1;strokeColor=light-dark(#929090, #ededed);strokeWidth=0.75;dashed=1;entryX=0.5;entryY=0;entryDx=0;entryDy=0;exitX=0.5;exitY=1;exitDx=0;exitDy=0;" target="4Kx2ZGOmUHy-jwn0eLsE-24" value="">
          <mxGeometry height="50" relative="1" width="50" as="geometry">
            <mxPoint x="330" y="900" as="sourcePoint" />
            <mxPoint x="380" y="850" as="targetPoint" />
          </mxGeometry>
        </mxCell>
        <mxCell id="4Kx2ZGOmUHy-jwn0eLsE-29" parent="1" style="text;html=1;whiteSpace=wrap;strokeColor=none;fillColor=none;align=left;verticalAlign=middle;rounded=0;fontSize=8;" value="&lt;font face=&quot;Comic Sans MS&quot;&gt;&lt;span style=&quot;background-color: rgb(255, 204, 255);&quot;&gt;CNN - Convolutional Neural Networks&lt;/span&gt;&lt;br&gt;&lt;span&gt;ResNet, VGG, Inception&lt;/span&gt;&lt;/font&gt;" vertex="1">
          <mxGeometry height="30" width="150" x="377" y="800" as="geometry" />
        </mxCell>
        <mxCell id="4Kx2ZGOmUHy-jwn0eLsE-30" parent="1" style="text;html=1;whiteSpace=wrap;strokeColor=none;fillColor=none;align=center;verticalAlign=middle;rounded=0;fontSize=8;" value="&lt;font face=&quot;Comic Sans MS&quot; style=&quot;background-color: rgb(255, 204, 255);&quot;&gt;Vision Transformers&lt;/font&gt;" vertex="1">
          <mxGeometry height="30" width="100" x="507" y="795" as="geometry" />
        </mxCell>
        <mxCell id="4Kx2ZGOmUHy-jwn0eLsE-31" edge="1" parent="1" source="4Kx2ZGOmUHy-jwn0eLsE-12" style="endArrow=blockThin;html=1;rounded=0;endFill=1;strokeColor=light-dark(#929090, #ededed);strokeWidth=0.75;dashed=1;exitX=0.5;exitY=1;exitDx=0;exitDy=0;entryX=0.25;entryY=0;entryDx=0;entryDy=0;" target="4Kx2ZGOmUHy-jwn0eLsE-29" value="">
          <mxGeometry height="50" relative="1" width="50" as="geometry">
            <mxPoint x="367" y="890" as="sourcePoint" />
            <mxPoint x="417" y="840" as="targetPoint" />
          </mxGeometry>
        </mxCell>
        <mxCell id="4Kx2ZGOmUHy-jwn0eLsE-32" edge="1" parent="1" source="4Kx2ZGOmUHy-jwn0eLsE-12" style="endArrow=blockThin;html=1;rounded=0;endFill=1;strokeColor=light-dark(#929090, #ededed);strokeWidth=0.75;dashed=1;entryX=0.25;entryY=0;entryDx=0;entryDy=0;exitX=0.75;exitY=1;exitDx=0;exitDy=0;" target="4Kx2ZGOmUHy-jwn0eLsE-30" value="">
          <mxGeometry height="50" relative="1" width="50" as="geometry">
            <mxPoint x="367" y="890" as="sourcePoint" />
            <mxPoint x="417" y="840" as="targetPoint" />
          </mxGeometry>
        </mxCell>
        <mxCell id="4Kx2ZGOmUHy-jwn0eLsE-33" parent="1" style="text;html=1;whiteSpace=wrap;strokeColor=none;fillColor=none;align=center;verticalAlign=middle;rounded=0;fontSize=8;" value="&lt;font face=&quot;Comic Sans MS&quot; style=&quot;background-color: rgb(204, 229, 255);&quot;&gt;CLIP (Contrastive Language-Image Pretraining&lt;/font&gt;" vertex="1">
          <mxGeometry height="20" width="190" x="577" y="856" as="geometry" />
        </mxCell>
        <mxCell id="4Kx2ZGOmUHy-jwn0eLsE-34" edge="1" parent="1" source="4Kx2ZGOmUHy-jwn0eLsE-13" style="endArrow=blockThin;html=1;rounded=0;endFill=1;strokeColor=light-dark(#929090, #ededed);strokeWidth=0.75;dashed=1;entryX=0.25;entryY=0;entryDx=0;entryDy=0;exitX=0.5;exitY=1;exitDx=0;exitDy=0;" target="4Kx2ZGOmUHy-jwn0eLsE-33" value="">
          <mxGeometry height="50" relative="1" width="50" as="geometry">
            <mxPoint x="347" y="780" as="sourcePoint" />
            <mxPoint x="397" y="730" as="targetPoint" />
          </mxGeometry>
        </mxCell>
        <mxCell id="4Kx2ZGOmUHy-jwn0eLsE-35" parent="1" style="text;html=1;whiteSpace=wrap;strokeColor=none;fillColor=none;align=center;verticalAlign=middle;rounded=0;fontSize=8;fontStyle=0" value="&lt;font face=&quot;Comic Sans MS&quot; style=&quot;background-color: rgb(204, 204, 255);&quot;&gt;TF-IDF&lt;/font&gt;" vertex="1">
          <mxGeometry height="30" width="60" x="20" y="880" as="geometry" />
        </mxCell>
        <mxCell id="4Kx2ZGOmUHy-jwn0eLsE-36" edge="1" parent="1" source="4Kx2ZGOmUHy-jwn0eLsE-17" style="endArrow=blockThin;html=1;rounded=0;endFill=1;strokeColor=light-dark(#929090, #ededed);strokeWidth=0.75;dashed=1;exitX=0;exitY=1;exitDx=0;exitDy=0;entryX=0.75;entryY=0;entryDx=0;entryDy=0;" target="4Kx2ZGOmUHy-jwn0eLsE-35" value="">
          <mxGeometry height="50" relative="1" width="50" as="geometry">
            <mxPoint x="140" y="780" as="sourcePoint" />
            <mxPoint x="190" y="730" as="targetPoint" />
          </mxGeometry>
        </mxCell>
        <mxCell id="V7DRn1bYesRj_FAgbpVT-1" parent="1" style="rounded=1;whiteSpace=wrap;html=1;strokeColor=#808080;fontFamily=Comic Sans MS;strokeWidth=0.75;fontSize=10;" value="Defining the Problem" vertex="1">
          <mxGeometry height="18" width="105" x="881" y="605" as="geometry" />
        </mxCell>
        <mxCell id="V7DRn1bYesRj_FAgbpVT-5" parent="1" style="rounded=1;whiteSpace=wrap;html=1;strokeColor=#808080;fontFamily=Comic Sans MS;strokeWidth=0.75;fontSize=10;" value="Data Collection" vertex="1">
          <mxGeometry height="19" width="77" x="1017" y="604.5" as="geometry" />
        </mxCell>
        <mxCell id="V7DRn1bYesRj_FAgbpVT-7" parent="1" style="rounded=1;whiteSpace=wrap;html=1;strokeColor=#808080;fontFamily=Comic Sans MS;strokeWidth=0.75;fontSize=10;" value="Preparing the Data" vertex="1">
          <mxGeometry height="18" width="105" x="1121" y="604.5" as="geometry" />
        </mxCell>
        <mxCell id="V7DRn1bYesRj_FAgbpVT-8" parent="1" style="rounded=1;whiteSpace=wrap;html=1;strokeColor=#808080;fontFamily=Comic Sans MS;strokeWidth=0.75;fontSize=10;" value="Assigning Appropriate Model" vertex="1">
          <mxGeometry height="19" width="140" x="1086" y="670" as="geometry" />
        </mxCell>
        <mxCell id="V7DRn1bYesRj_FAgbpVT-9" parent="1" style="rounded=1;whiteSpace=wrap;html=1;strokeColor=#808080;fontFamily=Comic Sans MS;strokeWidth=0.75;fontSize=10;" value="Training the Model" vertex="1">
          <mxGeometry height="19" width="97" x="951" y="670" as="geometry" />
        </mxCell>
        <mxCell id="V7DRn1bYesRj_FAgbpVT-10" parent="1" style="rounded=1;whiteSpace=wrap;html=1;strokeColor=#808080;fontFamily=Comic Sans MS;strokeWidth=0.75;fontSize=10;" value="Evaluating" vertex="1">
          <mxGeometry height="18" width="58" x="870" y="670" as="geometry" />
        </mxCell>
        <mxCell id="V7DRn1bYesRj_FAgbpVT-11" parent="1" style="rounded=1;whiteSpace=wrap;html=1;strokeColor=#808080;fontFamily=Comic Sans MS;strokeWidth=0.75;fontSize=10;" value="(Parameter Tuning" vertex="1">
          <mxGeometry height="18" width="98" x="870" y="720" as="geometry" />
        </mxCell>
        <mxCell id="V7DRn1bYesRj_FAgbpVT-12" edge="1" parent="1" source="V7DRn1bYesRj_FAgbpVT-1" style="endArrow=openThin;html=1;rounded=0;strokeWidth=0.75;endFill=0;strokeColor=#666666;entryX=0;entryY=0.5;entryDx=0;entryDy=0;exitX=1;exitY=0.5;exitDx=0;exitDy=0;" target="V7DRn1bYesRj_FAgbpVT-5" value="">
          <mxGeometry height="50" relative="1" width="50" as="geometry">
            <mxPoint x="955" y="695" as="sourcePoint" />
            <mxPoint x="1005" y="645" as="targetPoint" />
          </mxGeometry>
        </mxCell>
        <mxCell id="V7DRn1bYesRj_FAgbpVT-13" edge="1" parent="1" source="V7DRn1bYesRj_FAgbpVT-5" style="endArrow=openThin;html=1;rounded=0;strokeWidth=0.75;endFill=0;strokeColor=#666666;entryX=0;entryY=0.5;entryDx=0;entryDy=0;exitX=1;exitY=0.5;exitDx=0;exitDy=0;" target="V7DRn1bYesRj_FAgbpVT-7" value="">
          <mxGeometry height="50" relative="1" width="50" as="geometry">
            <mxPoint x="955" y="695" as="sourcePoint" />
            <mxPoint x="1005" y="645" as="targetPoint" />
          </mxGeometry>
        </mxCell>
        <mxCell id="V7DRn1bYesRj_FAgbpVT-14" edge="1" parent="1" source="V7DRn1bYesRj_FAgbpVT-7" style="endArrow=openThin;html=1;rounded=0;strokeWidth=0.75;endFill=0;strokeColor=#666666;exitX=0.75;exitY=1;exitDx=0;exitDy=0;entryX=0.814;entryY=0;entryDx=0;entryDy=0;entryPerimeter=0;" target="V7DRn1bYesRj_FAgbpVT-8" value="">
          <mxGeometry height="50" relative="1" width="50" as="geometry">
            <mxPoint x="1179" y="652" as="sourcePoint" />
            <mxPoint x="1229" y="602" as="targetPoint" />
          </mxGeometry>
        </mxCell>
        <mxCell id="V7DRn1bYesRj_FAgbpVT-15" edge="1" parent="1" source="V7DRn1bYesRj_FAgbpVT-8" style="endArrow=openThin;html=1;rounded=0;strokeWidth=0.75;endFill=0;strokeColor=#666666;exitX=0;exitY=0.5;exitDx=0;exitDy=0;entryX=1;entryY=0.5;entryDx=0;entryDy=0;" target="V7DRn1bYesRj_FAgbpVT-9" value="">
          <mxGeometry height="50" relative="1" width="50" as="geometry">
            <mxPoint x="1020" y="652" as="sourcePoint" />
            <mxPoint x="1070" y="602" as="targetPoint" />
          </mxGeometry>
        </mxCell>
        <mxCell id="V7DRn1bYesRj_FAgbpVT-16" edge="1" parent="1" source="V7DRn1bYesRj_FAgbpVT-9" style="endArrow=openThin;html=1;rounded=0;strokeWidth=0.75;endFill=0;strokeColor=#666666;exitX=0;exitY=0.5;exitDx=0;exitDy=0;entryX=1;entryY=0.5;entryDx=0;entryDy=0;" target="V7DRn1bYesRj_FAgbpVT-10" value="">
          <mxGeometry height="50" relative="1" width="50" as="geometry">
            <mxPoint x="884" y="652" as="sourcePoint" />
            <mxPoint x="934" y="602" as="targetPoint" />
          </mxGeometry>
        </mxCell>
        <mxCell id="V7DRn1bYesRj_FAgbpVT-17" edge="1" parent="1" source="V7DRn1bYesRj_FAgbpVT-10" style="endArrow=openThin;html=1;rounded=0;strokeWidth=0.75;endFill=0;strokeColor=#666666;entryX=0.296;entryY=0.028;entryDx=0;entryDy=0;entryPerimeter=0;exitX=0.5;exitY=1;exitDx=0;exitDy=0;" target="V7DRn1bYesRj_FAgbpVT-11" value="">
          <mxGeometry height="50" relative="1" width="50" as="geometry">
            <mxPoint x="845" y="614" as="sourcePoint" />
            <mxPoint x="895" y="564" as="targetPoint" />
          </mxGeometry>
        </mxCell>
        <mxCell id="V7DRn1bYesRj_FAgbpVT-18" parent="1" style="text;html=1;whiteSpace=wrap;strokeColor=none;fillColor=none;align=center;verticalAlign=middle;rounded=0;fontFamily=Comic Sans MS;fontSize=10;" value="&lt;span style=&quot;background-color: rgb(204, 255, 204);&quot;&gt;training data&lt;/span&gt;" vertex="1">
          <mxGeometry height="15" width="60" x="1065" y="641" as="geometry" />
        </mxCell>
        <mxCell id="V7DRn1bYesRj_FAgbpVT-19" parent="1" style="text;html=1;whiteSpace=wrap;strokeColor=none;fillColor=none;align=center;verticalAlign=middle;rounded=0;fontFamily=Comic Sans MS;fontSize=10;" value="&lt;span style=&quot;background-color: rgb(255, 230, 204);&quot;&gt;validation data&lt;/span&gt;" vertex="1">
          <mxGeometry height="15" width="69" x="1122" y="641" as="geometry" />
        </mxCell>
        <mxCell id="V7DRn1bYesRj_FAgbpVT-20" edge="1" parent="1" source="V7DRn1bYesRj_FAgbpVT-7" style="endArrow=blockThin;html=1;rounded=0;strokeColor=#808080;endFill=1;strokeWidth=0.65;exitX=0.5;exitY=1;exitDx=0;exitDy=0;entryX=0.5;entryY=0;entryDx=0;entryDy=0;dashed=1;" target="V7DRn1bYesRj_FAgbpVT-19" value="">
          <mxGeometry height="50" relative="1" width="50" as="geometry">
            <mxPoint x="1039" y="571" as="sourcePoint" />
            <mxPoint x="1014" y="531" as="targetPoint" />
          </mxGeometry>
        </mxCell>
        <mxCell id="V7DRn1bYesRj_FAgbpVT-21" edge="1" parent="1" source="V7DRn1bYesRj_FAgbpVT-7" style="endArrow=blockThin;html=1;rounded=0;strokeColor=#808080;endFill=1;strokeWidth=0.65;exitX=0.5;exitY=1;exitDx=0;exitDy=0;entryX=0.5;entryY=0;entryDx=0;entryDy=0;dashed=1;" target="V7DRn1bYesRj_FAgbpVT-18" value="">
          <mxGeometry height="50" relative="1" width="50" as="geometry">
            <mxPoint x="1039" y="571" as="sourcePoint" />
            <mxPoint x="1014" y="531" as="targetPoint" />
          </mxGeometry>
        </mxCell>
        <mxCell id="V7DRn1bYesRj_FAgbpVT-22" parent="1" style="text;html=1;whiteSpace=wrap;strokeColor=none;fillColor=none;align=center;verticalAlign=middle;rounded=0;fontFamily=Comic Sans MS;fontSize=10;" value="&lt;span style=&quot;background-color: rgb(204, 229, 255);&quot;&gt;Supervised Learning&lt;/span&gt;" vertex="1">
          <mxGeometry height="18" width="100" x="1137" y="711" as="geometry" />
        </mxCell>
        <mxCell id="V7DRn1bYesRj_FAgbpVT-23" parent="1" style="text;html=1;whiteSpace=wrap;strokeColor=none;fillColor=none;align=center;verticalAlign=middle;rounded=0;fontFamily=Comic Sans MS;fontSize=10;" value="&lt;span style=&quot;background-color: rgb(204, 255, 204);&quot;&gt;Unsupervised Learning&lt;/span&gt;" vertex="1">
          <mxGeometry height="21" width="112" x="1137" y="739" as="geometry" />
        </mxCell>
        <mxCell id="V7DRn1bYesRj_FAgbpVT-24" parent="1" style="text;html=1;whiteSpace=wrap;strokeColor=none;fillColor=none;align=center;verticalAlign=middle;rounded=0;fontFamily=Comic Sans MS;fontSize=10;" value="&lt;span style=&quot;background-color: rgb(255, 204, 204);&quot;&gt;Reinforcement Learning&lt;/span&gt;" vertex="1">
          <mxGeometry height="19" width="118" x="1137" y="770" as="geometry" />
        </mxCell>
        <mxCell id="V7DRn1bYesRj_FAgbpVT-25" parent="1" style="text;html=1;whiteSpace=wrap;strokeColor=none;fillColor=none;align=center;verticalAlign=middle;rounded=0;fontFamily=Comic Sans MS;fontSize=10;" value="&lt;span style=&quot;background-color: rgb(255, 255, 204);&quot;&gt;Neural Networks &amp;amp; Deep Learning&lt;/span&gt;" vertex="1">
          <mxGeometry height="18" width="160" x="1137" y="806" as="geometry" />
        </mxCell>
        <mxCell id="V7DRn1bYesRj_FAgbpVT-26" edge="1" parent="1" source="V7DRn1bYesRj_FAgbpVT-8" style="endArrow=blockThin;html=1;rounded=0;strokeColor=#808080;endFill=1;strokeWidth=0.5;exitX=0.25;exitY=1;exitDx=0;exitDy=0;entryX=0;entryY=0.5;entryDx=0;entryDy=0;" target="V7DRn1bYesRj_FAgbpVT-22" value="">
          <mxGeometry height="50" relative="1" width="50" as="geometry">
            <Array as="points">
              <mxPoint x="1121" y="720" />
            </Array>
            <mxPoint x="1103" y="744" as="sourcePoint" />
            <mxPoint x="1207" y="654" as="targetPoint" />
          </mxGeometry>
        </mxCell>
        <mxCell id="V7DRn1bYesRj_FAgbpVT-27" edge="1" parent="1" source="V7DRn1bYesRj_FAgbpVT-8" style="endArrow=blockThin;html=1;rounded=0;strokeColor=#808080;endFill=1;strokeWidth=0.5;entryX=0;entryY=0.5;entryDx=0;entryDy=0;exitX=0.25;exitY=1;exitDx=0;exitDy=0;" target="V7DRn1bYesRj_FAgbpVT-23" value="">
          <mxGeometry height="50" relative="1" width="50" as="geometry">
            <Array as="points">
              <mxPoint x="1121" y="750" />
            </Array>
            <mxPoint x="1120" y="690" as="sourcePoint" />
            <mxPoint x="1194" y="650" as="targetPoint" />
          </mxGeometry>
        </mxCell>
        <mxCell id="V7DRn1bYesRj_FAgbpVT-28" edge="1" parent="1" source="V7DRn1bYesRj_FAgbpVT-8" style="endArrow=blockThin;html=1;rounded=0;strokeColor=#808080;endFill=1;strokeWidth=0.5;exitX=0.25;exitY=1;exitDx=0;exitDy=0;entryX=0;entryY=0.5;entryDx=0;entryDy=0;" target="V7DRn1bYesRj_FAgbpVT-24" value="">
          <mxGeometry height="50" relative="1" width="50" as="geometry">
            <Array as="points">
              <mxPoint x="1121" y="780" />
            </Array>
            <mxPoint x="1110" y="790" as="sourcePoint" />
            <mxPoint x="1214" y="700" as="targetPoint" />
          </mxGeometry>
        </mxCell>
        <mxCell id="V7DRn1bYesRj_FAgbpVT-31" edge="1" parent="1" source="V7DRn1bYesRj_FAgbpVT-8" style="endArrow=blockThin;html=1;rounded=0;strokeColor=#808080;endFill=1;strokeWidth=0.5;exitX=0.25;exitY=1;exitDx=0;exitDy=0;entryX=0;entryY=0.5;entryDx=0;entryDy=0;" target="V7DRn1bYesRj_FAgbpVT-25" value="">
          <mxGeometry height="50" relative="1" width="50" as="geometry">
            <Array as="points">
              <mxPoint x="1121" y="815" />
            </Array>
            <mxPoint x="1070" y="790" as="sourcePoint" />
            <mxPoint x="1174" y="700" as="targetPoint" />
          </mxGeometry>
        </mxCell>
        <mxCell id="V7DRn1bYesRj_FAgbpVT-33" parent="1" style="rounded=0;whiteSpace=wrap;html=1;fontFamily=Comic Sans MS;strokeWidth=0.5;strokeColor=#808080;align=left;verticalAlign=top;fontSize=10;" value="CNN,&amp;nbsp;RNN / LSTM" vertex="1">
          <mxGeometry height="30" width="180" x="1340" y="826" as="geometry" />
        </mxCell>
        <mxCell id="V7DRn1bYesRj_FAgbpVT-35" parent="1" style="rounded=0;whiteSpace=wrap;html=1;fontFamily=Comic Sans MS;strokeWidth=0.5;strokeColor=#808080;align=left;verticalAlign=top;fontSize=10;" value="Q-Learning, Deep Q-Network (DQN)." vertex="1">
          <mxGeometry height="30" width="180" x="1340" y="786" as="geometry" />
        </mxCell>
        <mxCell id="V7DRn1bYesRj_FAgbpVT-36" parent="1" style="rounded=0;whiteSpace=wrap;html=1;fontFamily=Comic Sans MS;strokeWidth=0.5;strokeColor=#808080;align=left;verticalAlign=top;fontSize=10;" value="Clustering :&amp;nbsp;K-Means, DBSCAN&lt;br&gt;Dimensionality Reduction:&amp;nbsp;PCA" vertex="1">
          <mxGeometry height="30" width="180" x="1340" y="739.5" as="geometry" />
        </mxCell>
        <mxCell id="V7DRn1bYesRj_FAgbpVT-37" parent="1" style="rounded=0;whiteSpace=wrap;html=1;fontFamily=Comic Sans MS;strokeWidth=0.5;strokeColor=#808080;align=left;verticalAlign=top;fontSize=10;" value="Regression :&amp;nbsp;Linear Regression&lt;div&gt;Classification : Logistic Regression, Decision Trees, Random Forest,SVM - Support Vector Machine&lt;/div&gt;" vertex="1">
          <mxGeometry height="48" width="220" x="1340" y="679.25" as="geometry" />
        </mxCell>
        <mxCell id="V7DRn1bYesRj_FAgbpVT-39" edge="1" parent="1" source="V7DRn1bYesRj_FAgbpVT-22" style="endArrow=blockThin;html=1;rounded=0;strokeColor=#808080;endFill=1;strokeWidth=0.65;exitX=1;exitY=0.5;exitDx=0;exitDy=0;entryX=0;entryY=0.25;entryDx=0;entryDy=0;dashed=1;" target="V7DRn1bYesRj_FAgbpVT-37" value="">
          <mxGeometry height="50" relative="1" width="50" as="geometry">
            <mxPoint x="1285" y="760" as="sourcePoint" />
            <mxPoint x="1260" y="720" as="targetPoint" />
          </mxGeometry>
        </mxCell>
        <mxCell id="V7DRn1bYesRj_FAgbpVT-40" edge="1" parent="1" source="V7DRn1bYesRj_FAgbpVT-23" style="endArrow=blockThin;html=1;rounded=0;strokeColor=#808080;endFill=1;strokeWidth=0.65;exitX=1;exitY=0.5;exitDx=0;exitDy=0;entryX=0;entryY=0.25;entryDx=0;entryDy=0;dashed=1;" target="V7DRn1bYesRj_FAgbpVT-36" value="">
          <mxGeometry height="50" relative="1" width="50" as="geometry">
            <mxPoint x="1285" y="760" as="sourcePoint" />
            <mxPoint x="1260" y="720" as="targetPoint" />
          </mxGeometry>
        </mxCell>
        <mxCell id="V7DRn1bYesRj_FAgbpVT-41" edge="1" parent="1" source="V7DRn1bYesRj_FAgbpVT-24" style="endArrow=blockThin;html=1;rounded=0;strokeColor=#808080;endFill=1;strokeWidth=0.65;exitX=1;exitY=0.5;exitDx=0;exitDy=0;entryX=0;entryY=0.25;entryDx=0;entryDy=0;dashed=1;" target="V7DRn1bYesRj_FAgbpVT-35" value="">
          <mxGeometry height="50" relative="1" width="50" as="geometry">
            <mxPoint x="1285" y="760" as="sourcePoint" />
            <mxPoint x="1260" y="720" as="targetPoint" />
          </mxGeometry>
        </mxCell>
        <mxCell id="V7DRn1bYesRj_FAgbpVT-42" edge="1" parent="1" source="V7DRn1bYesRj_FAgbpVT-25" style="endArrow=blockThin;html=1;rounded=0;strokeColor=#808080;endFill=1;strokeWidth=0.65;exitX=1;exitY=0.5;exitDx=0;exitDy=0;entryX=0;entryY=0.25;entryDx=0;entryDy=0;dashed=1;" target="V7DRn1bYesRj_FAgbpVT-33" value="">
          <mxGeometry height="50" relative="1" width="50" as="geometry">
            <mxPoint x="1285" y="760" as="sourcePoint" />
            <mxPoint x="1260" y="720" as="targetPoint" />
          </mxGeometry>
        </mxCell>
        <mxCell id="V7DRn1bYesRj_FAgbpVT-44" parent="1" style="rounded=0;whiteSpace=wrap;html=1;fontFamily=Comic Sans MS;strokeWidth=0.5;strokeColor=#808080;align=left;verticalAlign=top;fontSize=10;" value="Feed datasets to the algorithm so it can learn. Continuous training helps the algorithm adjust its weights and improve its predictive capabilities" vertex="1">
          <mxGeometry height="75" width="133" x="980" y="720" as="geometry" />
        </mxCell>
        <mxCell id="V7DRn1bYesRj_FAgbpVT-45" edge="1" parent="1" source="V7DRn1bYesRj_FAgbpVT-9" style="endArrow=blockThin;html=1;rounded=0;strokeColor=#808080;endFill=1;strokeWidth=0.65;exitX=0.75;exitY=1;exitDx=0;exitDy=0;entryX=0.25;entryY=0;entryDx=0;entryDy=0;dashed=1;" target="V7DRn1bYesRj_FAgbpVT-44" value="">
          <mxGeometry height="50" relative="1" width="50" as="geometry">
            <mxPoint x="1015" y="690" as="sourcePoint" />
            <mxPoint x="990" y="650" as="targetPoint" />
          </mxGeometry>
        </mxCell>
        <mxCell id="V7DRn1bYesRj_FAgbpVT-46" parent="1" style="rounded=0;whiteSpace=wrap;html=1;fontFamily=Comic Sans MS;strokeWidth=0.5;strokeColor=#808080;align=left;verticalAlign=top;fontSize=10;" value="Adjust the hyperparameters for optimization, helping the model achieve the highest possible accuracy" vertex="1">
-           <mxGeometry height="60" width="130" x="825" y="771" as="geometry" />
+           <mxGeometry height="60" width="130" x="798" y="760" as="geometry" />
        </mxCell>
        <mxCell id="V7DRn1bYesRj_FAgbpVT-47" edge="1" parent="1" source="V7DRn1bYesRj_FAgbpVT-11" style="endArrow=blockThin;html=1;rounded=0;strokeColor=#808080;endFill=1;strokeWidth=0.65;exitX=0.25;exitY=1;exitDx=0;exitDy=0;entryX=0.75;entryY=0;entryDx=0;entryDy=0;dashed=1;" target="V7DRn1bYesRj_FAgbpVT-46" value="">
          <mxGeometry height="50" relative="1" width="50" as="geometry">
            <mxPoint x="1015" y="750" as="sourcePoint" />
            <mxPoint x="990" y="710" as="targetPoint" />
          </mxGeometry>
+         </mxCell>
+         <mxCell id="V7DRn1bYesRj_FAgbpVT-48" parent="1" style="text;html=1;whiteSpace=wrap;strokeColor=none;fillColor=none;align=center;verticalAlign=middle;rounded=0;fontFamily=Comic Sans MS;fontSize=8;" value="&lt;span style=&quot;background-color: rgb(204, 255, 204);&quot;&gt;Input Data&lt;/span&gt;" vertex="1">
+           <mxGeometry height="20" width="60" x="850" y="632.25" as="geometry" />
+         </mxCell>
+         <mxCell id="V7DRn1bYesRj_FAgbpVT-49" parent="1" style="text;html=1;whiteSpace=wrap;strokeColor=none;fillColor=none;align=center;verticalAlign=middle;rounded=0;fontFamily=Comic Sans MS;fontSize=8;" value="&lt;span style=&quot;background-color: rgb(204, 255, 255);&quot;&gt;Problem Statement&lt;/span&gt;" vertex="1">
+           <mxGeometry height="20" width="90" x="850" y="621.25" as="geometry" />
+         </mxCell>
+         <mxCell id="V7DRn1bYesRj_FAgbpVT-50" parent="1" style="text;html=1;whiteSpace=wrap;strokeColor=none;fillColor=none;align=center;verticalAlign=middle;rounded=0;fontFamily=Comic Sans MS;fontSize=8;" value="&lt;span style=&quot;background-color: rgb(255, 230, 204);&quot;&gt;Model Objective / Goal&lt;/span&gt;" vertex="1">
+           <mxGeometry height="16.75" width="110.5" x="910.75" y="622.88" as="geometry" />
+         </mxCell>
+         <mxCell id="V7DRn1bYesRj_FAgbpVT-51" parent="1" style="text;html=1;whiteSpace=wrap;strokeColor=none;fillColor=none;align=center;verticalAlign=middle;rounded=0;fontFamily=Comic Sans MS;fontSize=8;" value="&lt;span style=&quot;background-color: rgb(255, 255, 204);&quot;&gt;Features / Attributes&lt;/span&gt;" vertex="1">
+           <mxGeometry height="20" width="100" x="885" y="633" as="geometry" />
+         </mxCell>
+         <mxCell id="V7DRn1bYesRj_FAgbpVT-52" parent="1" style="text;html=1;whiteSpace=wrap;strokeColor=none;fillColor=none;align=center;verticalAlign=middle;rounded=0;fontFamily=Comic Sans MS;fontSize=8;" value="&lt;span style=&quot;background-color: rgb(255, 204, 230);&quot;&gt;Independent Variables&lt;/span&gt;" vertex="1">
+           <mxGeometry height="20" width="100" x="957" y="633" as="geometry" />
+         </mxCell>
+         <mxCell id="V7DRn1bYesRj_FAgbpVT-53" parent="1" style="text;html=1;whiteSpace=wrap;strokeColor=none;fillColor=none;align=center;verticalAlign=middle;rounded=0;fontFamily=Comic Sans MS;fontSize=8;" value="&lt;span style=&quot;background-color: rgb(255, 204, 204);&quot;&gt;Target Variable&lt;/span&gt;" vertex="1">
+           <mxGeometry height="20" width="60" x="857" y="644" as="geometry" />
+         </mxCell>
+         <mxCell id="V7DRn1bYesRj_FAgbpVT-54" parent="1" style="text;html=1;whiteSpace=wrap;strokeColor=none;fillColor=none;align=center;verticalAlign=middle;rounded=0;fontFamily=Comic Sans MS;fontSize=8;" value="&lt;span style=&quot;background-color: rgb(204, 255, 204);&quot;&gt;Label&lt;/span&gt;" vertex="1">
+           <mxGeometry height="12" width="25" x="910.75" y="648" as="geometry" />
+         </mxCell>
+         <mxCell id="V7DRn1bYesRj_FAgbpVT-55" parent="1" style="text;html=1;whiteSpace=wrap;strokeColor=none;fillColor=none;align=center;verticalAlign=middle;rounded=0;fontFamily=Comic Sans MS;fontSize=8;" value="&lt;span style=&quot;background-color: rgb(204, 204, 255);&quot;&gt;Expected Output&lt;/span&gt;" vertex="1">
+           <mxGeometry height="15" width="65" x="929.5" y="646.5" as="geometry" />
+         </mxCell>
+         <mxCell id="V7DRn1bYesRj_FAgbpVT-56" parent="1" style="text;html=1;whiteSpace=wrap;strokeColor=none;fillColor=none;align=center;verticalAlign=middle;rounded=0;fontFamily=Comic Sans MS;fontSize=8;" value="&lt;span style=&quot;background-color: rgb(204, 255, 255);&quot;&gt;Dependent Variable&lt;/span&gt;" vertex="1">
+           <mxGeometry height="18" width="75" x="985" y="645" as="geometry" />
        </mxCell>
      </root>
    </mxGraphModel>
  </diagram>
</mxfile>
